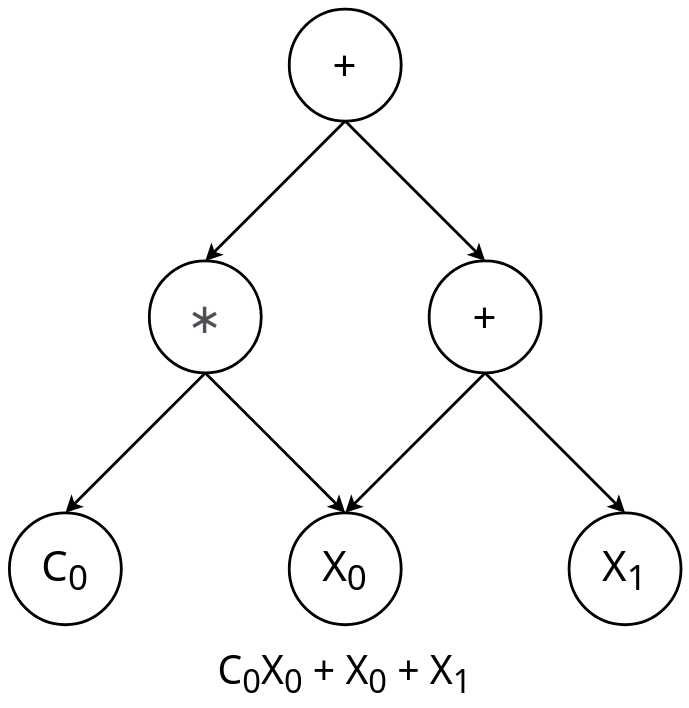
The draw.io diagram docs/source/_static/agraph.svg in nasa/bingo, before a commit. Source tidied: cells renumbered, new cells last; positions are measured from the earlier drawing's top-left corner, leaving out a move shared by most shapes.
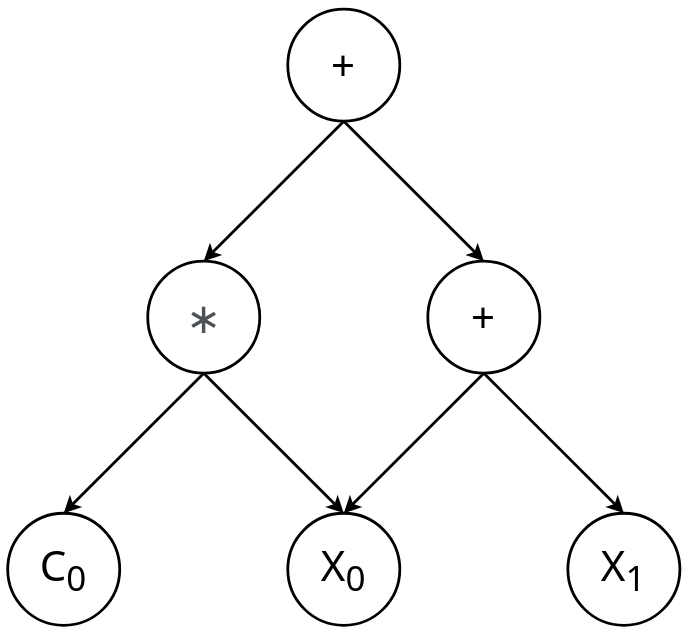
The same file after the commit.

The edit, as a diff of the source:
```diff
@@ -38,8 +38,5 @@
     <mxCell id="13" style="endArrow=classic;html=1;rounded=0;targetPerimeterSpacing=1;exitX=0.5;exitY=1;exitDx=0;exitDy=0;entryX=0.5;entryY=0;entryDx=0;entryDy=0;strokeWidth=2;fontFamily=Segoe UI;" parent="1" edge="1" source="4" target="3">
       <mxGeometry relative="1" as="geometry" />
     </mxCell>
-    <mxCell id="14" value="C&lt;sub&gt;0&lt;/sub&gt;X&lt;sub&gt;0&lt;/sub&gt; + X&lt;sub&gt;0&lt;/sub&gt; + X&lt;sub&gt;1&lt;/sub&gt;" style="text;html=1;strokeColor=none;fillColor=none;align=center;verticalAlign=middle;whiteSpace=wrap;rounded=0;fontFamily=Segoe UI;fontSize=28;" parent="1" vertex="1">
-      <mxGeometry y="460" width="480" height="30" as="geometry" />
-    </mxCell>
   </root>
 </mxGraphModel>
```
